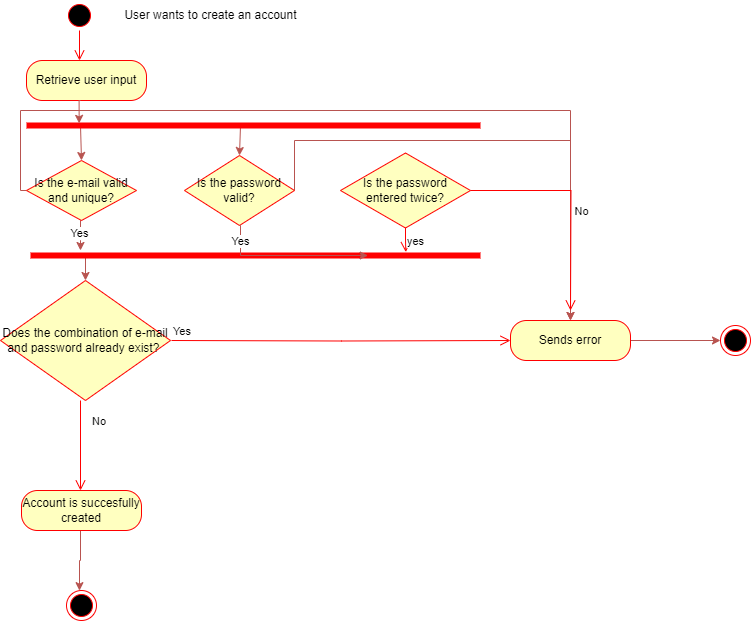
Earlier version of the draw.io export Activity Diagrams/AD-Account-Registration.png (WhatABeatifulDuwang/Chirpify). Source tidied: cells renumbered, new cells last; positions are measured from the earlier drawing's top-left corner, leaving out a move shared by most shapes.
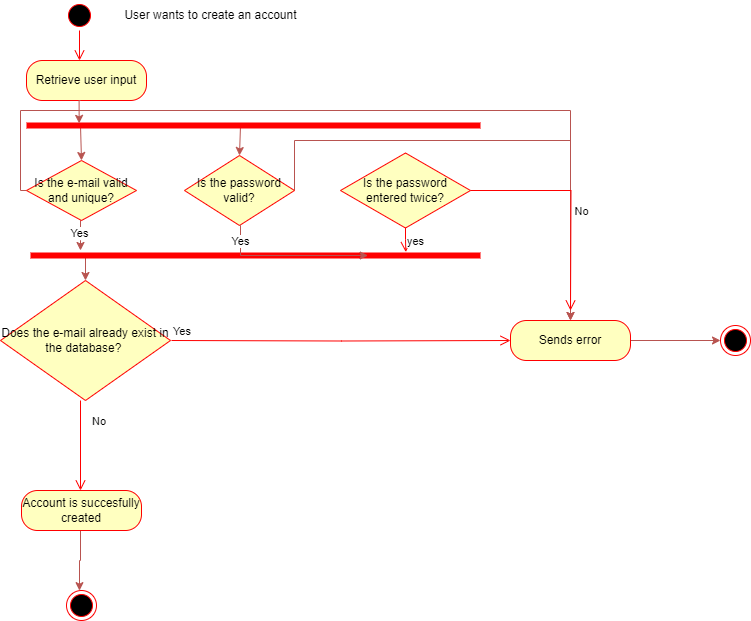
The same file after the commit.

Commit message:
updated AD-Account-Registration

The edit, as a diff of the source:
```diff
@@ -14,7 +14,7 @@
     <mxCell id="4" value="Retrieve user input" style="rounded=1;whiteSpace=wrap;html=1;arcSize=40;fontColor=#000000;fillColor=#ffffc0;strokeColor=#ff0000;" parent="1" vertex="1">
       <mxGeometry x="26" y="60" width="120" height="40" as="geometry" />
     </mxCell>
-    <mxCell id="5" value="Does the combination of e-mail and password already exist?&amp;nbsp;" style="rhombus;whiteSpace=wrap;html=1;fontColor=#000000;fillColor=#ffffc0;strokeColor=#ff0000;" parent="1" vertex="1">
+    <mxCell id="5" value="&lt;div style=&quot;&quot;&gt;&lt;span style=&quot;background-color: initial;&quot;&gt;Does the e-mail already exist in the database?&amp;nbsp;&lt;/span&gt;&lt;/div&gt;" style="rhombus;whiteSpace=wrap;html=1;fontColor=#000000;fillColor=#ffffc0;strokeColor=#ff0000;align=center;" parent="1" vertex="1">
       <mxGeometry y="280" width="170" height="120" as="geometry" />
     </mxCell>
     <mxCell id="6" value="Yes" style="edgeStyle=orthogonalEdgeStyle;html=1;align=left;verticalAlign=bottom;endArrow=open;endSize=8;strokeColor=#ff0000;rounded=0;" parent="1" edge="1" target="8">
```
